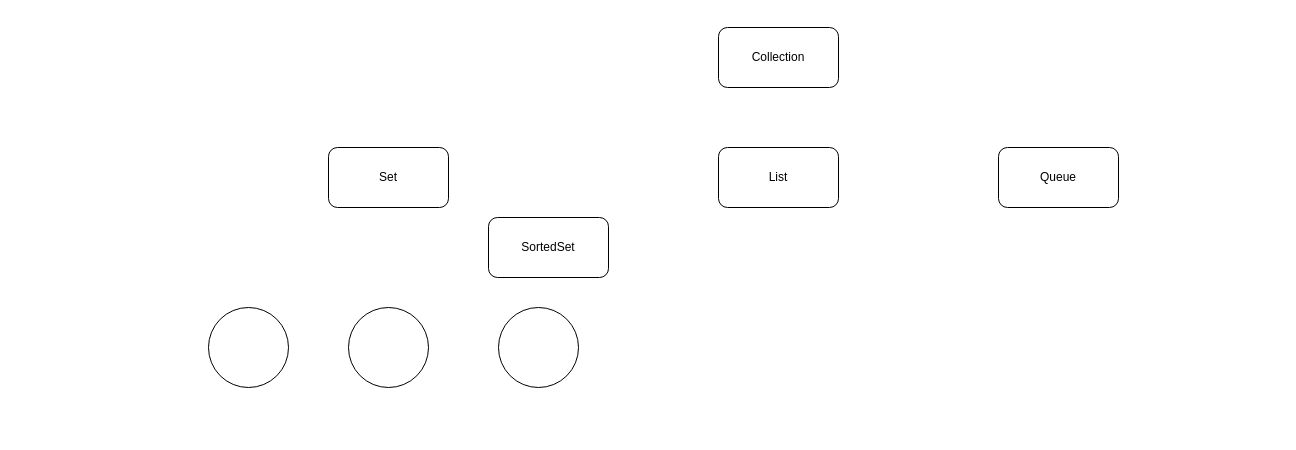
Before: Collection_Framework.drawio in souvik-brz/diagrams, a draw.io diagram. Source tidied: cells renumbered, new cells numbered last; positions are measured from the earlier drawing's top-left corner, leaving out a move shared by most shapes. Both pictures are drawn from the tidied source at 100%, with x=0, y=0 at pixel (208, 27).
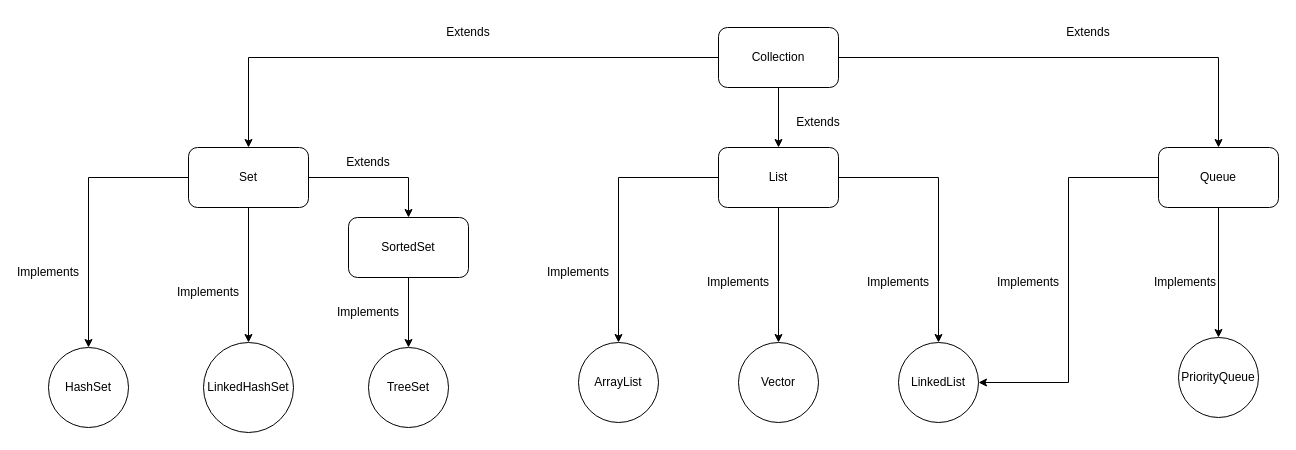
The same diagram, later.

Unchanged cells that the change refers to:
```xml
<mxCell id="2" style="rounded=1;whiteSpace=wrap;html=1;" parent="1" vertex="1">
  <mxGeometry x="510" width="120" height="60" as="geometry" />
</mxCell>
<mxCell id="5" value="List" style="rounded=1;whiteSpace=wrap;html=1;" parent="1" vertex="1">
  <mxGeometry x="510" y="120" width="120" height="60" as="geometry" />
</mxCell>
```

What changed in the source:
```diff
@@
+    <mxCell id="11" style="edgeStyle=orthogonalEdgeStyle;rounded=0;jettySize=auto;html=1;entryX=0.5;entryY=0;entryDx=0;entryDy=0;" parent="1" edge="1" source="2" target="4">
+      <mxGeometry relative="1" as="geometry" />
+    </mxCell>
+    <mxCell id="12" style="edgeStyle=orthogonalEdgeStyle;rounded=0;jettySize=auto;html=1;entryX=0.5;entryY=0;entryDx=0;entryDy=0;" parent="1" edge="1" source="2" target="5">
+      <mxGeometry relative="1" as="geometry" />
+    </mxCell>
+    <mxCell id="13" style="edgeStyle=orthogonalEdgeStyle;rounded=0;jettySize=auto;html=1;entryX=0.5;entryY=0;entryDx=0;entryDy=0;" parent="1" edge="1" source="2" target="6">
+      <mxGeometry relative="1" as="geometry" />
+    </mxCell>
@@
+    <mxCell id="14" style="edgeStyle=orthogonalEdgeStyle;rounded=0;jettySize=auto;html=1;" parent="1" edge="1" source="4" target="10">
+      <mxGeometry relative="1" as="geometry" />
+    </mxCell>
+    <mxCell id="15" style="edgeStyle=orthogonalEdgeStyle;rounded=0;jettySize=auto;html=1;entryX=0.5;entryY=0;entryDx=0;entryDy=0;" parent="1" edge="1" source="4" target="8">
+      <mxGeometry relative="1" as="geometry" />
+    </mxCell>
+    <mxCell id="16" style="edgeStyle=orthogonalEdgeStyle;rounded=0;jettySize=auto;html=1;entryX=0.5;entryY=0;entryDx=0;entryDy=0;" parent="1" edge="1" source="4" target="7">
+      <mxGeometry relative="1" as="geometry" />
+    </mxCell>
     <mxCell id="4" value="Set" style="rounded=1;whiteSpace=wrap;html=1;" parent="1" vertex="1">
-      <mxGeometry x="120" y="120" width="120" height="60" as="geometry" />
+      <mxGeometry x="-20" y="120" width="120" height="60" as="geometry" />
     </mxCell>
+    <mxCell id="17" style="edgeStyle=orthogonalEdgeStyle;rounded=0;jettySize=auto;html=1;entryX=0.5;entryY=0;entryDx=0;entryDy=0;" parent="1" edge="1" source="5" target="23">
+      <mxGeometry relative="1" as="geometry" />
+    </mxCell>
+    <mxCell id="18" style="edgeStyle=orthogonalEdgeStyle;rounded=0;jettySize=auto;html=1;entryX=0.5;entryY=0;entryDx=0;entryDy=0;" parent="1" edge="1" source="5" target="24">
+      <mxGeometry relative="1" as="geometry" />
+    </mxCell>
+    <mxCell id="19" style="edgeStyle=orthogonalEdgeStyle;rounded=0;jettySize=auto;html=1;" parent="1" edge="1" source="5" target="25">
+      <mxGeometry relative="1" as="geometry" />
+    </mxCell>
@@
+    <mxCell id="20" style="edgeStyle=orthogonalEdgeStyle;rounded=0;jettySize=auto;html=1;entryX=1;entryY=0.5;entryDx=0;entryDy=0;" parent="1" edge="1" source="6" target="25">
+      <mxGeometry relative="1" as="geometry" />
+    </mxCell>
+    <mxCell id="21" style="edgeStyle=orthogonalEdgeStyle;rounded=0;jettySize=auto;html=1;entryX=0.5;entryY=0;entryDx=0;entryDy=0;" parent="1" edge="1" source="6" target="26">
+      <mxGeometry relative="1" as="geometry" />
+    </mxCell>
     <mxCell id="6" value="Queue" style="rounded=1;whiteSpace=wrap;html=1;" parent="1" vertex="1">
-      <mxGeometry x="790" y="120" width="120" height="60" as="geometry" />
+      <mxGeometry x="950" y="120" width="120" height="60" as="geometry" />
     </mxCell>
-    <mxCell id="7" style="ellipse;whiteSpace=wrap;html=1;" parent="1" vertex="1">
-      <mxGeometry y="280" width="80" height="80" as="geometry" />
+    <mxCell id="7" value="HashSet" style="ellipse;whiteSpace=wrap;html=1;" parent="1" vertex="1">
+      <mxGeometry x="-160" y="320" width="80" height="80" as="geometry" />
     </mxCell>
-    <mxCell id="8" style="ellipse;whiteSpace=wrap;html=1;" parent="1" vertex="1">
-      <mxGeometry x="140" y="280" width="80" height="80" as="geometry" />
+    <mxCell id="8" value="LinkedHashSet" style="ellipse;whiteSpace=wrap;html=1;" parent="1" vertex="1">
+      <mxGeometry x="-5" y="315" width="90" height="90" as="geometry" />
     </mxCell>
-    <mxCell id="9" style="ellipse;whiteSpace=wrap;html=1;" parent="1" vertex="1">
-      <mxGeometry x="290" y="280" width="80" height="80" as="geometry" />
+    <mxCell id="9" value="TreeSet" style="ellipse;whiteSpace=wrap;html=1;" parent="1" vertex="1">
+      <mxGeometry x="160" y="320" width="80" height="80" as="geometry" />
     </mxCell>
+    <mxCell id="22" style="edgeStyle=orthogonalEdgeStyle;rounded=0;jettySize=auto;html=1;" parent="1" edge="1" source="10" target="9">
+      <mxGeometry relative="1" as="geometry" />
+    </mxCell>
     <mxCell id="10" value="SortedSet" style="rounded=1;whiteSpace=wrap;html=1;" parent="1" vertex="1">
-      <mxGeometry x="280" y="190" width="120" height="60" as="geometry" />
+      <mxGeometry x="140" y="190" width="120" height="60" as="geometry" />
     </mxCell>
+    <mxCell id="23" value="ArrayList" style="ellipse;whiteSpace=wrap;html=1;" parent="1" vertex="1">
+      <mxGeometry x="370" y="315" width="80" height="80" as="geometry" />
+    </mxCell>
+    <mxCell id="24" value="Vector" style="ellipse;whiteSpace=wrap;html=1;" parent="1" vertex="1">
+      <mxGeometry x="530" y="315" width="80" height="80" as="geometry" />
+    </mxCell>
+    <mxCell id="25" value="LinkedList" style="ellipse;whiteSpace=wrap;html=1;" parent="1" vertex="1">
+      <mxGeometry x="690" y="315" width="80" height="80" as="geometry" />
+    </mxCell>
+    <mxCell id="26" value="PriorityQueue" style="ellipse;whiteSpace=wrap;html=1;" parent="1" vertex="1">
+      <mxGeometry x="970" y="310" width="80" height="80" as="geometry" />
+    </mxCell>
+    <mxCell id="27" value="Extends" style="text;html=1;align=center;verticalAlign=middle;whiteSpace=wrap;rounded=0;" parent="1" vertex="1">
+      <mxGeometry x="230" y="-10" width="60" height="30" as="geometry" />
+    </mxCell>
+    <mxCell id="28" value="Extends" style="text;html=1;align=center;verticalAlign=middle;whiteSpace=wrap;rounded=0;" parent="1" vertex="1">
+      <mxGeometry x="850" y="-10" width="60" height="30" as="geometry" />
+    </mxCell>
+    <mxCell id="29" value="Extends" style="text;html=1;align=center;verticalAlign=middle;whiteSpace=wrap;rounded=0;" parent="1" vertex="1">
+      <mxGeometry x="580" y="80" width="60" height="30" as="geometry" />
+    </mxCell>
+    <mxCell id="30" value="Extends" style="text;html=1;align=center;verticalAlign=middle;whiteSpace=wrap;rounded=0;" parent="1" vertex="1">
+      <mxGeometry x="130" y="120" width="60" height="30" as="geometry" />
+    </mxCell>
+    <mxCell id="31" value="Implements" style="text;html=1;align=center;verticalAlign=middle;whiteSpace=wrap;rounded=0;" parent="1" vertex="1">
+      <mxGeometry x="-190" y="230" width="60" height="30" as="geometry" />
+    </mxCell>
+    <mxCell id="32" value="Implements" style="text;html=1;align=center;verticalAlign=middle;whiteSpace=wrap;rounded=0;" parent="1" vertex="1">
+      <mxGeometry x="-30" y="250" width="60" height="30" as="geometry" />
+    </mxCell>
+    <mxCell id="33" value="Implements" style="text;html=1;align=center;verticalAlign=middle;whiteSpace=wrap;rounded=0;" parent="1" vertex="1">
+      <mxGeometry x="130" y="270" width="60" height="30" as="geometry" />
+    </mxCell>
+    <mxCell id="34" value="Implements" style="text;html=1;align=center;verticalAlign=middle;whiteSpace=wrap;rounded=0;" parent="1" vertex="1">
+      <mxGeometry x="340" y="230" width="60" height="30" as="geometry" />
+    </mxCell>
+    <mxCell id="35" value="Implements" style="text;html=1;align=center;verticalAlign=middle;whiteSpace=wrap;rounded=0;" parent="1" vertex="1">
+      <mxGeometry x="500" y="240" width="60" height="30" as="geometry" />
+    </mxCell>
+    <mxCell id="36" value="Implements" style="text;html=1;align=center;verticalAlign=middle;whiteSpace=wrap;rounded=0;" parent="1" vertex="1">
+      <mxGeometry x="660" y="240" width="60" height="30" as="geometry" />
+    </mxCell>
+    <mxCell id="37" value="Implements" style="text;html=1;align=center;verticalAlign=middle;whiteSpace=wrap;rounded=0;" parent="1" vertex="1">
+      <mxGeometry x="790" y="240" width="60" height="30" as="geometry" />
+    </mxCell>
+    <mxCell id="38" value="Implements" style="text;html=1;align=center;verticalAlign=middle;whiteSpace=wrap;rounded=0;" parent="1" vertex="1">
+      <mxGeometry x="947" y="240" width="60" height="30" as="geometry" />
+    </mxCell>
```
